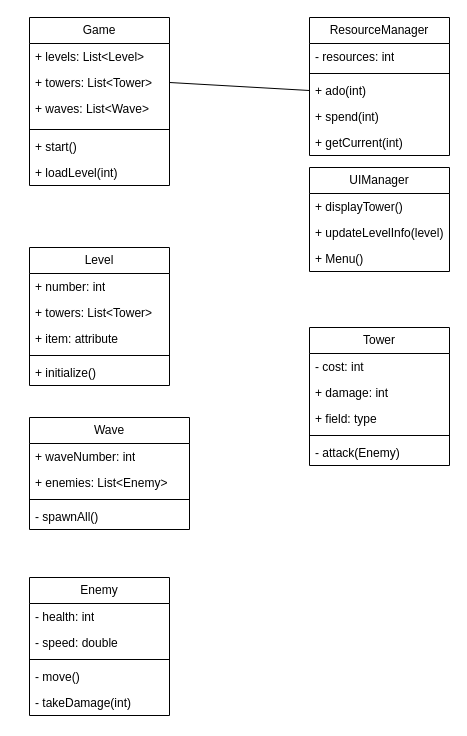
kapec2303/kartinka keeps this draw.io diagram as gameUML.drawio. Above is the earlier version. Source tidied: cells renumbered, new cells numbered last; positions are measured from the earlier drawing's top-left corner, leaving out a move shared by most shapes. Both pictures are drawn from the tidied source at 100%, with x=0, y=0 at pixel (29, 17).
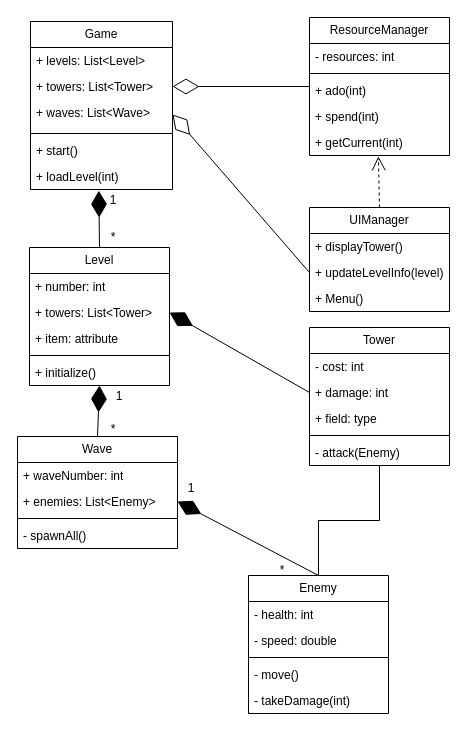
After the change.

The change refers to these unchanged cells:
```xml
<mxCell id="9" value="Level" style="swimlane;fontStyle=0;horizontal=1;startSize=26;fillColor=none;whiteSpace=wrap;html=1;" parent="1" vertex="1">
  <mxGeometry y="230" width="140" height="138" as="geometry" />
</mxCell>
<mxCell id="11" value="+ towers: List&amp;lt;Tower&amp;gt;" style="text;strokeColor=none;fillColor=none;align=left;verticalAlign=top;spacingLeft=4;spacingRight=4;overflow=hidden;points=[[0,0.5],[1,0.5]];portConstraint=eastwest;whiteSpace=wrap;html=1;" parent="9" vertex="1">
  <mxGeometry y="52" width="140" height="26" as="geometry" />
</mxCell>
<mxCell id="15" value="ResourceManager" style="swimlane;fontStyle=0;horizontal=1;startSize=26;fillColor=none;whiteSpace=wrap;html=1;" parent="1" vertex="1">
  <mxGeometry x="280" width="140" height="138" as="geometry" />
</mxCell>
<mxCell id="18" value="+ ado(int)" style="text;strokeColor=none;fillColor=none;align=left;verticalAlign=top;spacingLeft=4;spacingRight=4;overflow=hidden;points=[[0,0.5],[1,0.5]];portConstraint=eastwest;whiteSpace=wrap;html=1;" parent="15" vertex="1">
  <mxGeometry y="60" width="140" height="26" as="geometry" />
</mxCell>
<mxCell id="20" value="+ getCurrent(int)" style="text;strokeColor=none;fillColor=none;align=left;verticalAlign=top;spacingLeft=4;spacingRight=4;overflow=hidden;points=[[0,0.5],[1,0.5]];portConstraint=eastwest;whiteSpace=wrap;html=1;" parent="15" vertex="1">
  <mxGeometry y="112" width="140" height="26" as="geometry" />
</mxCell>
<mxCell id="23" value="+ updateLevelInfo(level)" style="text;strokeColor=none;fillColor=none;align=left;verticalAlign=top;spacingLeft=4;spacingRight=4;overflow=hidden;points=[[0,0.5],[1,0.5]];portConstraint=eastwest;whiteSpace=wrap;html=1;" parent="21" vertex="1">
  <mxGeometry y="52" width="140" height="26" as="geometry" />
</mxCell>
<mxCell id="25" value="Tower" style="swimlane;fontStyle=0;horizontal=1;startSize=26;fillColor=none;whiteSpace=wrap;html=1;" parent="1" vertex="1">
  <mxGeometry x="280" y="310" width="140" height="138" as="geometry" />
</mxCell>
<mxCell id="27" value="+ damage: int" style="text;strokeColor=none;fillColor=none;align=left;verticalAlign=top;spacingLeft=4;spacingRight=4;overflow=hidden;points=[[0,0.5],[1,0.5]];portConstraint=eastwest;whiteSpace=wrap;html=1;" parent="25" vertex="1">
  <mxGeometry y="52" width="140" height="26" as="geometry" />
</mxCell>
<mxCell id="33" value="+ enemies: List&amp;lt;Enemy&amp;gt;" style="text;strokeColor=none;fillColor=none;align=left;verticalAlign=top;spacingLeft=4;spacingRight=4;overflow=hidden;points=[[0,0.5],[1,0.5]];portConstraint=eastwest;whiteSpace=wrap;html=1;" parent="31" vertex="1">
  <mxGeometry y="52" width="160" height="26" as="geometry" />
</mxCell>
```

The edit, as a diff of the source:
```diff
@@
     <mxCell id="2" value="Game" style="swimlane;fontStyle=0;horizontal=1;startSize=26;fillColor=none;whiteSpace=wrap;html=1;" parent="1" vertex="1">
-      <mxGeometry width="140" height="168" as="geometry" />
+      <mxGeometry x="1" y="4" width="142" height="168" as="geometry" />
     </mxCell>
     <mxCell id="3" value="+ levels: List&amp;lt;Level&amp;gt;" style="text;strokeColor=none;fillColor=none;align=left;verticalAlign=top;spacingLeft=4;spacingRight=4;overflow=hidden;whiteSpace=wrap;html=1;" parent="2" vertex="1">
-      <mxGeometry y="26" width="140" height="26" as="geometry" />
+      <mxGeometry y="26" width="142" height="26" as="geometry" />
     </mxCell>
     <mxCell id="4" value="+ towers: List&amp;lt;Tower&amp;gt;" style="text;strokeColor=none;fillColor=none;align=left;verticalAlign=top;spacingLeft=4;spacingRight=4;overflow=hidden;points=[[0,0.5],[1,0.5]];portConstraint=eastwest;whiteSpace=wrap;html=1;" parent="2" vertex="1">
-      <mxGeometry y="52" width="140" height="26" as="geometry" />
+      <mxGeometry y="52" width="142" height="26" as="geometry" />
     </mxCell>
     <mxCell id="5" value="+ waves: List&amp;lt;Wave&amp;gt;" style="text;strokeColor=none;fillColor=none;align=left;verticalAlign=top;spacingLeft=4;spacingRight=4;overflow=hidden;points=[[0,0.5],[1,0.5]];portConstraint=eastwest;whiteSpace=wrap;html=1;" parent="2" vertex="1">
-      <mxGeometry y="78" width="140" height="30" as="geometry" />
+      <mxGeometry y="78" width="142" height="30" as="geometry" />
     </mxCell>
     <mxCell id="6" style="line;strokeWidth=1;fillColor=none;align=left;verticalAlign=middle;spacingTop=-1;spacingLeft=3;spacingRight=3;labelPosition=right;strokeColor=inherit;" parent="2" vertex="1">
-      <mxGeometry y="108" width="140" height="8" as="geometry" />
+      <mxGeometry y="108" width="142" height="8" as="geometry" />
     </mxCell>
     <mxCell id="7" value="+ start()" style="text;strokeColor=none;fillColor=none;align=left;verticalAlign=top;spacingLeft=4;spacingRight=4;overflow=hidden;whiteSpace=wrap;html=1;" parent="2" vertex="1">
-      <mxGeometry y="116" width="140" height="26" as="geometry" />
+      <mxGeometry y="116" width="142" height="26" as="geometry" />
     </mxCell>
     <mxCell id="8" value="+ loadLevel(int)" style="text;strokeColor=none;fillColor=none;align=left;verticalAlign=top;spacingLeft=4;spacingRight=4;overflow=hidden;points=[[0,0.5],[1,0.5]];portConstraint=eastwest;whiteSpace=wrap;html=1;" parent="2" vertex="1">
-      <mxGeometry y="142" width="140" height="26" as="geometry" />
+      <mxGeometry y="142" width="142" height="26" as="geometry" />
     </mxCell>
@@
     <mxCell id="21" value="UIManager" style="swimlane;fontStyle=0;horizontal=1;startSize=26;fillColor=none;whiteSpace=wrap;html=1;" parent="1" vertex="1">
-      <mxGeometry x="280" y="150" width="140" height="104" as="geometry" />
+      <mxGeometry x="280" y="190" width="140" height="104" as="geometry" />
     </mxCell>
@@
     <mxCell id="31" value="Wave" style="swimlane;fontStyle=0;horizontal=1;startSize=26;fillColor=none;whiteSpace=wrap;html=1;" parent="1" vertex="1">
-      <mxGeometry y="400" width="160" height="112" as="geometry" />
+      <mxGeometry x="-12" y="419" width="160" height="112" as="geometry" />
     </mxCell>
@@
+    <mxCell id="43" style="edgeStyle=orthogonalEdgeStyle;rounded=0;jettySize=auto;html=1;exitX=0.5;exitY=0;exitDx=0;exitDy=0;entryX=0.5;entryY=1;entryDx=0;entryDy=0;endArrow=none;startFill=0;" parent="1" edge="1" source="36" target="25">
+      <mxGeometry relative="1" as="geometry" />
+    </mxCell>
     <mxCell id="36" value="Enemy" style="swimlane;fontStyle=0;horizontal=1;startSize=26;fillColor=none;whiteSpace=wrap;html=1;" parent="1" vertex="1">
-      <mxGeometry y="560" width="140" height="138" as="geometry" />
+      <mxGeometry x="219" y="558" width="140" height="138" as="geometry" />
     </mxCell>
@@
-    <mxCell id="42" style="endArrow=none;html=1;rounded=0;exitX=1;exitY=0.5;exitDx=0;exitDy=0;entryX=0;entryY=0.5;entryDx=0;entryDy=0;" parent="1" edge="1" source="4" target="18">
-      <mxGeometry relative="1" as="geometry" />
-    </mxCell>
+    <mxCell id="44" style="endArrow=diamondThin;endFill=1;endSize=24;html=1;rounded=0;entryX=0.481;entryY=1.045;entryDx=0;entryDy=0;entryPerimeter=0;exitX=0.5;exitY=0;exitDx=0;exitDy=0;" parent="1" edge="1" source="9" target="8">
+      <mxGeometry relative="1" as="geometry" />
+    </mxCell>
+    <mxCell id="45" style="endArrow=diamondThin;endFill=1;endSize=24;html=1;rounded=0;exitX=0;exitY=0.5;exitDx=0;exitDy=0;entryX=1;entryY=0.5;entryDx=0;entryDy=0;" parent="1" edge="1" source="27" target="11">
+      <mxGeometry relative="1" as="geometry" />
+    </mxCell>
+    <mxCell id="46" style="endArrow=diamondThin;endFill=1;endSize=24;html=1;rounded=0;exitX=0.5;exitY=0;exitDx=0;exitDy=0;entryX=0.5;entryY=1;entryDx=0;entryDy=0;" parent="1" edge="1" source="31" target="9">
+      <mxGeometry relative="1" as="geometry" />
+    </mxCell>
+    <mxCell id="47" style="endArrow=diamondThin;endFill=1;endSize=24;html=1;rounded=0;entryX=1;entryY=0.5;entryDx=0;entryDy=0;exitX=0.5;exitY=0;exitDx=0;exitDy=0;" parent="1" edge="1" source="36" target="33">
+      <mxGeometry relative="1" as="geometry" />
+    </mxCell>
+    <mxCell id="48" style="endArrow=diamondThin;endFill=0;endSize=24;html=1;rounded=0;entryX=1;entryY=0.5;entryDx=0;entryDy=0;exitX=0;exitY=0.5;exitDx=0;exitDy=0;" parent="1" edge="1" source="15" target="4">
+      <mxGeometry relative="1" as="geometry" />
+    </mxCell>
+    <mxCell id="49" style="endArrow=diamondThin;endFill=0;endSize=24;html=1;rounded=0;exitX=0;exitY=0.5;exitDx=0;exitDy=0;entryX=1;entryY=0.5;entryDx=0;entryDy=0;" parent="1" edge="1" source="23" target="5">
+      <mxGeometry relative="1" as="geometry" />
+    </mxCell>
+    <mxCell id="50" style="endArrow=open;endSize=12;dashed=1;html=1;rounded=0;exitX=0.5;exitY=0;exitDx=0;exitDy=0;entryX=0.492;entryY=1.032;entryDx=0;entryDy=0;entryPerimeter=0;" parent="1" edge="1" source="21" target="20">
+      <mxGeometry relative="1" as="geometry" />
+    </mxCell>
+    <mxCell id="51" value="1" style="text;html=1;align=center;verticalAlign=middle;whiteSpace=wrap;rounded=0;" parent="1" vertex="1">
+      <mxGeometry x="54" y="168" width="60" height="30" as="geometry" />
+    </mxCell>
+    <mxCell id="52" value="*" style="text;html=1;align=center;verticalAlign=middle;whiteSpace=wrap;rounded=0;" parent="1" vertex="1">
+      <mxGeometry x="54" y="205" width="60" height="30" as="geometry" />
+    </mxCell>
+    <mxCell id="53" value="1" style="text;html=1;align=center;verticalAlign=middle;whiteSpace=wrap;rounded=0;" parent="1" vertex="1">
+      <mxGeometry x="60" y="364" width="60" height="30" as="geometry" />
+    </mxCell>
+    <mxCell id="54" value="*" style="text;html=1;align=center;verticalAlign=middle;whiteSpace=wrap;rounded=0;" parent="1" vertex="1">
+      <mxGeometry x="54" y="397" width="60" height="30" as="geometry" />
+    </mxCell>
+    <mxCell id="55" value="1" style="text;html=1;align=center;verticalAlign=middle;whiteSpace=wrap;rounded=0;" parent="1" vertex="1">
+      <mxGeometry x="132" y="456" width="60" height="30" as="geometry" />
+    </mxCell>
+    <mxCell id="56" value="*" style="text;html=1;align=center;verticalAlign=middle;whiteSpace=wrap;rounded=0;" parent="1" vertex="1">
+      <mxGeometry x="223" y="538" width="60" height="30" as="geometry" />
+    </mxCell>
```
